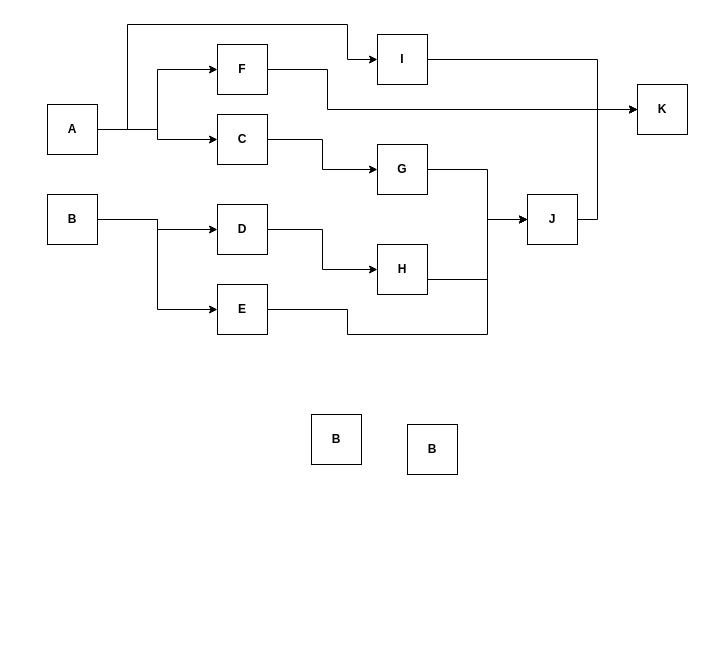
This is ejercicio-6.drawio from MasterJhonny/diagramas, a draw.io file, before an edit. Source tidied: cells renumbered, new cells numbered last; positions are measured from the earlier drawing's top-left corner, leaving out a move shared by most shapes. Both pictures are drawn from the tidied source at 100%, with x=0, y=0 at pixel (47, 24).
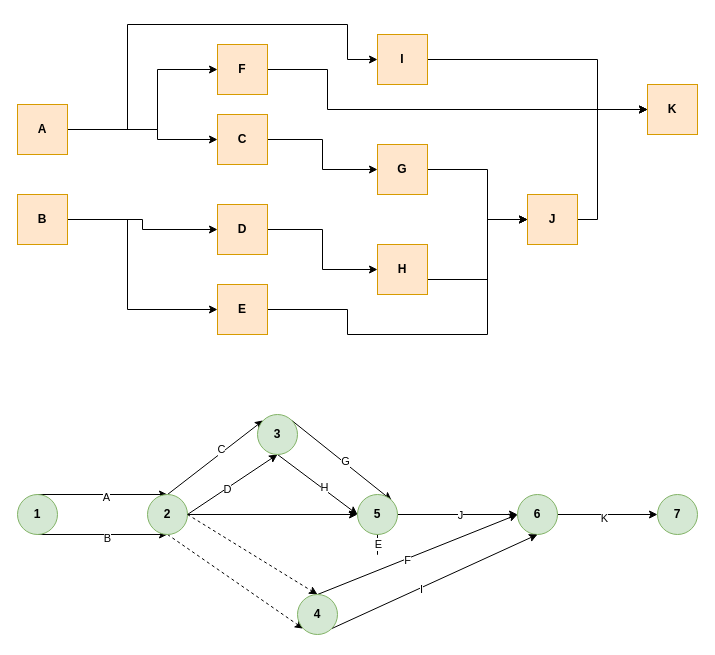
The same diagram, later.

What changed in the source:
```diff
@@
     <mxCell id="2" style="edgeStyle=orthogonalEdgeStyle;rounded=0;jettySize=auto;html=1;entryX=0;entryY=0.5;entryDx=0;entryDy=0;fontStyle=1;" parent="1" edge="1" source="5" target="10">
-      <mxGeometry relative="1" as="geometry" />
+      <mxGeometry relative="1" as="geometry">
+        <Array as="points">
+          <mxPoint x="110" y="105" />
+          <mxPoint x="110" y="115" />
+        </Array>
+      </mxGeometry>
     </mxCell>
     <mxCell id="3" style="edgeStyle=orthogonalEdgeStyle;rounded=0;jettySize=auto;html=1;entryX=0;entryY=0.5;entryDx=0;entryDy=0;" parent="1" edge="1" source="5" target="14">
-      <mxGeometry relative="1" as="geometry" />
+      <mxGeometry relative="1" as="geometry">
+        <Array as="points">
+          <mxPoint x="110" y="105" />
+          <mxPoint x="110" y="45" />
+        </Array>
+      </mxGeometry>
     </mxCell>
@@
-    <mxCell id="5" value="&lt;span&gt;A&lt;/span&gt;" style="whiteSpace=wrap;html=1;fontStyle=1;" parent="1" vertex="1">
-      <mxGeometry y="80" width="50" height="50" as="geometry" />
+    <mxCell id="5" value="&lt;span&gt;A&lt;/span&gt;" style="whiteSpace=wrap;html=1;fontStyle=1;fillColor=#ffe6cc;strokeColor=#d79b00;" parent="1" vertex="1">
+      <mxGeometry x="-30" y="80" width="50" height="50" as="geometry" />
     </mxCell>
@@
     <mxCell id="7" style="edgeStyle=orthogonalEdgeStyle;rounded=0;jettySize=auto;html=1;entryX=0;entryY=0.5;entryDx=0;entryDy=0;" parent="1" edge="1" source="8" target="12">
-      <mxGeometry relative="1" as="geometry" />
+      <mxGeometry relative="1" as="geometry">
+        <Array as="points">
+          <mxPoint x="80" y="195" />
+          <mxPoint x="80" y="285" />
+        </Array>
+      </mxGeometry>
     </mxCell>
-    <mxCell id="8" value="B" style="whiteSpace=wrap;html=1;fontStyle=1;" parent="1" vertex="1">
-      <mxGeometry y="170" width="50" height="50" as="geometry" />
+    <mxCell id="8" value="B" style="whiteSpace=wrap;html=1;fontStyle=1;fillColor=#ffe6cc;strokeColor=#d79b00;" parent="1" vertex="1">
+      <mxGeometry x="-30" y="170" width="50" height="50" as="geometry" />
     </mxCell>
@@
-    <mxCell id="10" value="C" style="whiteSpace=wrap;html=1;fontStyle=1;" parent="1" vertex="1">
+    <mxCell id="10" value="C" style="whiteSpace=wrap;html=1;fontStyle=1;fillColor=#ffe6cc;strokeColor=#d79b00;" parent="1" vertex="1">
       <mxGeometry x="170" y="90" width="50" height="50" as="geometry" />
     </mxCell>
@@
-    <mxCell id="12" value="E" style="whiteSpace=wrap;html=1;fontStyle=1;" parent="1" vertex="1">
+    <mxCell id="12" value="E" style="whiteSpace=wrap;html=1;fontStyle=1;fillColor=#ffe6cc;strokeColor=#d79b00;" parent="1" vertex="1">
       <mxGeometry x="170" y="260" width="50" height="50" as="geometry" />
     </mxCell>
@@
-    <mxCell id="14" value="F" style="whiteSpace=wrap;html=1;fontStyle=1;" parent="1" vertex="1">
+    <mxCell id="14" value="F" style="whiteSpace=wrap;html=1;fontStyle=1;fillColor=#ffe6cc;strokeColor=#d79b00;" parent="1" vertex="1">
       <mxGeometry x="170" y="20" width="50" height="50" as="geometry" />
     </mxCell>
@@
-    <mxCell id="16" value="J" style="whiteSpace=wrap;html=1;fontStyle=1;" parent="1" vertex="1">
+    <mxCell id="16" value="J" style="whiteSpace=wrap;html=1;fontStyle=1;fillColor=#ffe6cc;strokeColor=#d79b00;" parent="1" vertex="1">
       <mxGeometry x="480" y="170" width="50" height="50" as="geometry" />
     </mxCell>
@@
-    <mxCell id="18" value="D" style="whiteSpace=wrap;html=1;fontStyle=1;" parent="1" vertex="1">
+    <mxCell id="18" value="D" style="whiteSpace=wrap;html=1;fontStyle=1;fillColor=#ffe6cc;strokeColor=#d79b00;" parent="1" vertex="1">
       <mxGeometry x="170" y="180" width="50" height="50" as="geometry" />
     </mxCell>
@@
-    <mxCell id="20" value="H" style="whiteSpace=wrap;html=1;fontStyle=1;" parent="1" vertex="1">
+    <mxCell id="20" value="H" style="whiteSpace=wrap;html=1;fontStyle=1;fillColor=#ffe6cc;strokeColor=#d79b00;" parent="1" vertex="1">
       <mxGeometry x="330" y="220" width="50" height="50" as="geometry" />
     </mxCell>
@@
-    <mxCell id="22" value="G" style="whiteSpace=wrap;html=1;fontStyle=1;" parent="1" vertex="1">
+    <mxCell id="22" value="G" style="whiteSpace=wrap;html=1;fontStyle=1;fillColor=#ffe6cc;strokeColor=#d79b00;" parent="1" vertex="1">
       <mxGeometry x="330" y="120" width="50" height="50" as="geometry" />
     </mxCell>
-    <mxCell id="23" value="K" style="whiteSpace=wrap;html=1;fontStyle=1;" parent="1" vertex="1">
-      <mxGeometry x="590" y="60" width="50" height="50" as="geometry" />
+    <mxCell id="23" value="K" style="whiteSpace=wrap;html=1;fontStyle=1;fillColor=#ffe6cc;strokeColor=#d79b00;" parent="1" vertex="1">
+      <mxGeometry x="600" y="60" width="50" height="50" as="geometry" />
     </mxCell>
-    <mxCell id="24" value="B" style="whiteSpace=wrap;html=1;fontStyle=1;" parent="1" vertex="1">
-      <mxGeometry x="360" y="400" width="50" height="50" as="geometry" />
-    </mxCell>
-    <mxCell id="25" value="B" style="whiteSpace=wrap;html=1;fontStyle=1;" parent="1" vertex="1">
-      <mxGeometry x="264" y="390" width="50" height="50" as="geometry" />
-    </mxCell>
@@
-    <mxCell id="27" value="I" style="whiteSpace=wrap;html=1;fontStyle=1;" parent="1" vertex="1">
+    <mxCell id="27" value="I" style="whiteSpace=wrap;html=1;fontStyle=1;fillColor=#ffe6cc;strokeColor=#d79b00;" parent="1" vertex="1">
       <mxGeometry x="330" y="10" width="50" height="50" as="geometry" />
     </mxCell>
+    <mxCell id="28" style="rounded=0;jettySize=auto;html=1;exitX=0.5;exitY=0;exitDx=0;exitDy=0;entryX=0.5;entryY=0;entryDx=0;entryDy=0;" parent="1" edge="1" source="32" target="41">
+      <mxGeometry relative="1" as="geometry" />
+    </mxCell>
+    <mxCell id="29" value="A" style="edgeLabel;html=1;align=center;verticalAlign=middle;" parent="28" vertex="1">
+      <mxGeometry x="0.04" y="-2" relative="1" as="geometry" />
+    </mxCell>
+    <mxCell id="30" style="rounded=0;jettySize=auto;html=1;exitX=0.5;exitY=1;exitDx=0;exitDy=0;entryX=0.5;entryY=1;entryDx=0;entryDy=0;" parent="1" edge="1" source="32" target="41">
+      <mxGeometry relative="1" as="geometry" />
+    </mxCell>
+    <mxCell id="31" value="B" style="edgeLabel;html=1;align=center;verticalAlign=middle;" parent="30" vertex="1">
+      <mxGeometry x="0.06" y="-3" relative="1" as="geometry" />
+    </mxCell>
+    <mxCell id="32" value="1" style="ellipse;whiteSpace=wrap;html=1;fillColor=#d5e8d4;strokeColor=#82b366;fontStyle=1;" parent="1" vertex="1">
+      <mxGeometry x="-30" y="470" width="40" height="40" as="geometry" />
+    </mxCell>
+    <mxCell id="33" style="rounded=0;jettySize=auto;html=1;entryX=0.5;entryY=1;entryDx=0;entryDy=0;exitX=1;exitY=0.5;exitDx=0;exitDy=0;" parent="1" edge="1" source="41" target="51">
+      <mxGeometry relative="1" as="geometry" />
+    </mxCell>
+    <mxCell id="34" value="D" style="edgeLabel;html=1;align=center;verticalAlign=middle;" parent="33" vertex="1">
+      <mxGeometry x="-0.14" y="-1" relative="1" as="geometry" />
+    </mxCell>
+    <mxCell id="35" style="rounded=0;jettySize=auto;html=1;exitX=0.5;exitY=0;exitDx=0;exitDy=0;entryX=0;entryY=0;entryDx=0;entryDy=0;" parent="1" edge="1" source="41" target="51">
+      <mxGeometry relative="1" as="geometry" />
+    </mxCell>
+    <mxCell id="36" value="C" style="edgeLabel;html=1;align=center;verticalAlign=middle;" parent="35" vertex="1">
+      <mxGeometry x="0.16" y="3" relative="1" as="geometry" />
+    </mxCell>
+    <mxCell id="37" style="edgeStyle=orthogonalEdgeStyle;rounded=0;jettySize=auto;html=1;" parent="1" edge="1" source="59">
+      <mxGeometry relative="1" as="geometry">
+        <mxPoint x="330" y="490" as="targetPoint" />
+      </mxGeometry>
+    </mxCell>
+    <mxCell id="38" value="E" style="edgeLabel;html=1;align=center;verticalAlign=middle;" parent="37" vertex="1">
+      <mxGeometry y="-2" relative="1" as="geometry">
+        <mxPoint x="-2" y="-1" as="offset" />
+      </mxGeometry>
+    </mxCell>
+    <mxCell id="39" style="rounded=0;jettySize=auto;html=1;exitX=1;exitY=0.5;exitDx=0;exitDy=0;entryX=0.5;entryY=0;entryDx=0;entryDy=0;dashed=1;" parent="1" edge="1" source="41" target="56">
+      <mxGeometry relative="1" as="geometry" />
+    </mxCell>
+    <mxCell id="40" style="rounded=0;jettySize=auto;html=1;exitX=0.5;exitY=1;exitDx=0;exitDy=0;entryX=0;entryY=1;entryDx=0;entryDy=0;dashed=1;" parent="1" edge="1" source="41" target="56">
+      <mxGeometry relative="1" as="geometry" />
+    </mxCell>
+    <mxCell id="41" value="2" style="ellipse;whiteSpace=wrap;html=1;fillColor=#d5e8d4;strokeColor=#82b366;fontStyle=1;" parent="1" vertex="1">
+      <mxGeometry x="100" y="470" width="40" height="40" as="geometry" />
+    </mxCell>
+    <mxCell id="42" style="edgeStyle=orthogonalEdgeStyle;rounded=0;jettySize=auto;html=1;exitX=1;exitY=0.5;exitDx=0;exitDy=0;entryX=0;entryY=0.5;entryDx=0;entryDy=0;" parent="1" edge="1" source="44" target="57">
+      <mxGeometry relative="1" as="geometry" />
+    </mxCell>
+    <mxCell id="43" value="K" style="edgeLabel;html=1;align=center;verticalAlign=middle;" parent="42" vertex="1">
+      <mxGeometry x="-0.09" y="-3" relative="1" as="geometry" />
+    </mxCell>
+    <mxCell id="44" value="6" style="ellipse;whiteSpace=wrap;html=1;fillColor=#d5e8d4;strokeColor=#82b366;fontStyle=1;" parent="1" vertex="1">
+      <mxGeometry x="470" y="470" width="40" height="40" as="geometry" />
+    </mxCell>
+    <mxCell id="45" style="edgeStyle=orthogonalEdgeStyle;rounded=0;jettySize=auto;html=1;exitX=1;exitY=0.5;exitDx=0;exitDy=0;" parent="1" edge="1" source="59" target="44">
+      <mxGeometry relative="1" as="geometry" />
+    </mxCell>
+    <mxCell id="46" value="J" style="edgeLabel;html=1;align=center;verticalAlign=middle;" parent="45" vertex="1">
+      <mxGeometry x="0.04" relative="1" as="geometry" />
+    </mxCell>
+    <mxCell id="47" style="rounded=0;jettySize=auto;html=1;exitX=1;exitY=0;exitDx=0;exitDy=0;entryX=1;entryY=0;entryDx=0;entryDy=0;" parent="1" edge="1" source="51" target="59">
+      <mxGeometry relative="1" as="geometry" />
+    </mxCell>
+    <mxCell id="48" value="G" style="edgeLabel;html=1;align=center;verticalAlign=middle;" parent="47" vertex="1">
+      <mxGeometry x="0.04" y="1" relative="1" as="geometry" />
+    </mxCell>
+    <mxCell id="49" style="rounded=0;jettySize=auto;html=1;exitX=0.5;exitY=1;exitDx=0;exitDy=0;entryX=0;entryY=0.5;entryDx=0;entryDy=0;" parent="1" edge="1" source="51" target="59">
+      <mxGeometry relative="1" as="geometry" />
+    </mxCell>
+    <mxCell id="50" value="H" style="edgeLabel;html=1;align=center;verticalAlign=middle;" parent="49" vertex="1">
+      <mxGeometry x="0.11" y="2" relative="1" as="geometry" />
+    </mxCell>
+    <mxCell id="51" value="3" style="ellipse;whiteSpace=wrap;html=1;fillColor=#d5e8d4;strokeColor=#82b366;fontStyle=1;" parent="1" vertex="1">
+      <mxGeometry x="210" y="390" width="40" height="40" as="geometry" />
+    </mxCell>
+    <mxCell id="52" style="rounded=0;jettySize=auto;html=1;exitX=1;exitY=1;exitDx=0;exitDy=0;entryX=0.5;entryY=1;entryDx=0;entryDy=0;" parent="1" edge="1" source="56" target="44">
+      <mxGeometry relative="1" as="geometry" />
+    </mxCell>
+    <mxCell id="53" value="I" style="edgeLabel;html=1;align=center;verticalAlign=middle;" parent="52" vertex="1">
+      <mxGeometry x="-0.13" relative="1" as="geometry">
+        <mxPoint y="1" as="offset" />
+      </mxGeometry>
+    </mxCell>
+    <mxCell id="54" style="rounded=0;jettySize=auto;html=1;exitX=0.5;exitY=0;exitDx=0;exitDy=0;entryX=0;entryY=0.5;entryDx=0;entryDy=0;" parent="1" edge="1" source="56" target="44">
+      <mxGeometry relative="1" as="geometry" />
+    </mxCell>
+    <mxCell id="55" value="F" style="edgeLabel;html=1;align=center;verticalAlign=middle;" parent="54" vertex="1">
+      <mxGeometry x="-0.11" y="-1" relative="1" as="geometry" />
+    </mxCell>
+    <mxCell id="56" value="4" style="ellipse;whiteSpace=wrap;html=1;fillColor=#d5e8d4;strokeColor=#82b366;fontStyle=1;" parent="1" vertex="1">
+      <mxGeometry x="250" y="570" width="40" height="40" as="geometry" />
+    </mxCell>
+    <mxCell id="57" value="7" style="ellipse;whiteSpace=wrap;html=1;fillColor=#d5e8d4;strokeColor=#82b366;fontStyle=1;" parent="1" vertex="1">
+      <mxGeometry x="610" y="470" width="40" height="40" as="geometry" />
+    </mxCell>
+    <mxCell id="58" style="edgeStyle=orthogonalEdgeStyle;rounded=0;jettySize=auto;html=1;" parent="1" edge="1" source="41" target="59">
+      <mxGeometry relative="1" as="geometry" />
+    </mxCell>
+    <mxCell id="59" value="5" style="ellipse;whiteSpace=wrap;html=1;fillColor=#d5e8d4;strokeColor=#82b366;fontStyle=1;" parent="1" vertex="1">
+      <mxGeometry x="310" y="470" width="40" height="40" as="geometry" />
+    </mxCell>
```
